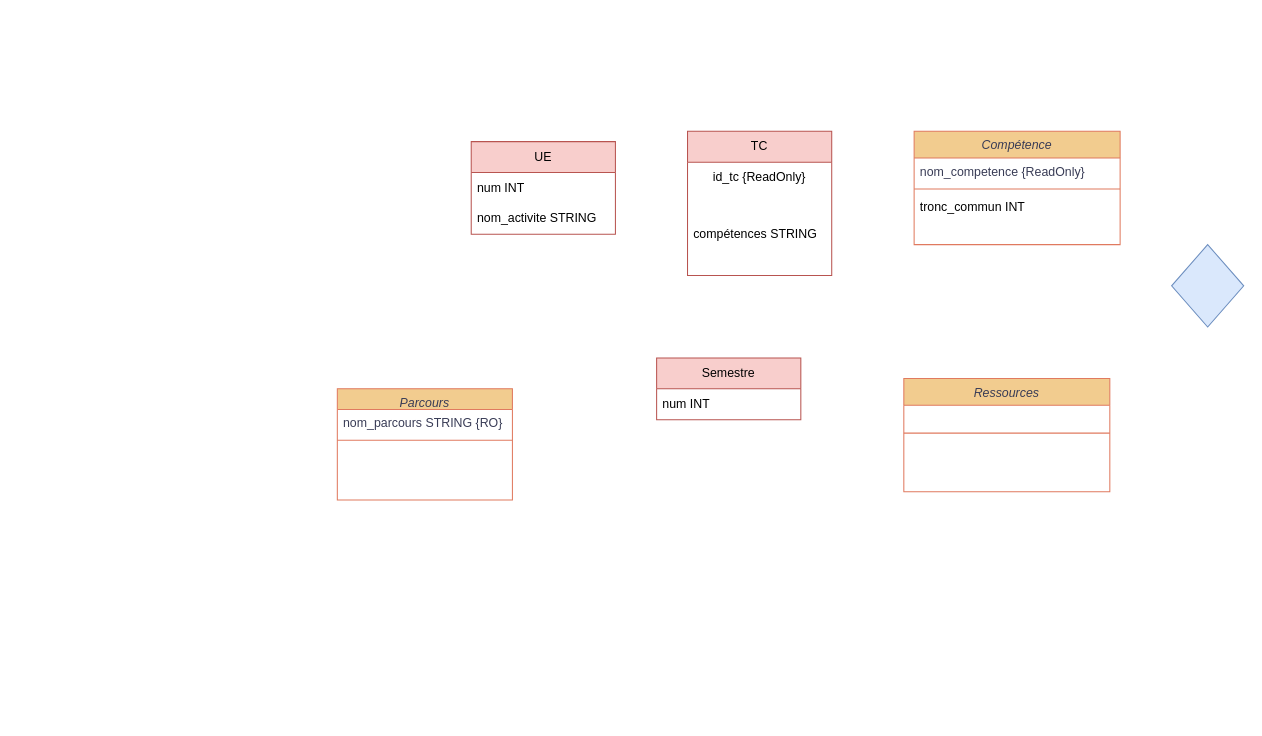
The draw.io diagram Untitled Diagram.drawio in LucasOtw/SAE-1.04-BDD, before the edit. Source tidied: cells renumbered, new cells numbered last; positions are measured from the earlier drawing's top-left corner, leaving out a move shared by most shapes. Both pictures are drawn from the tidied source at 103%, with x=0, y=0 at pixel (337, 131).
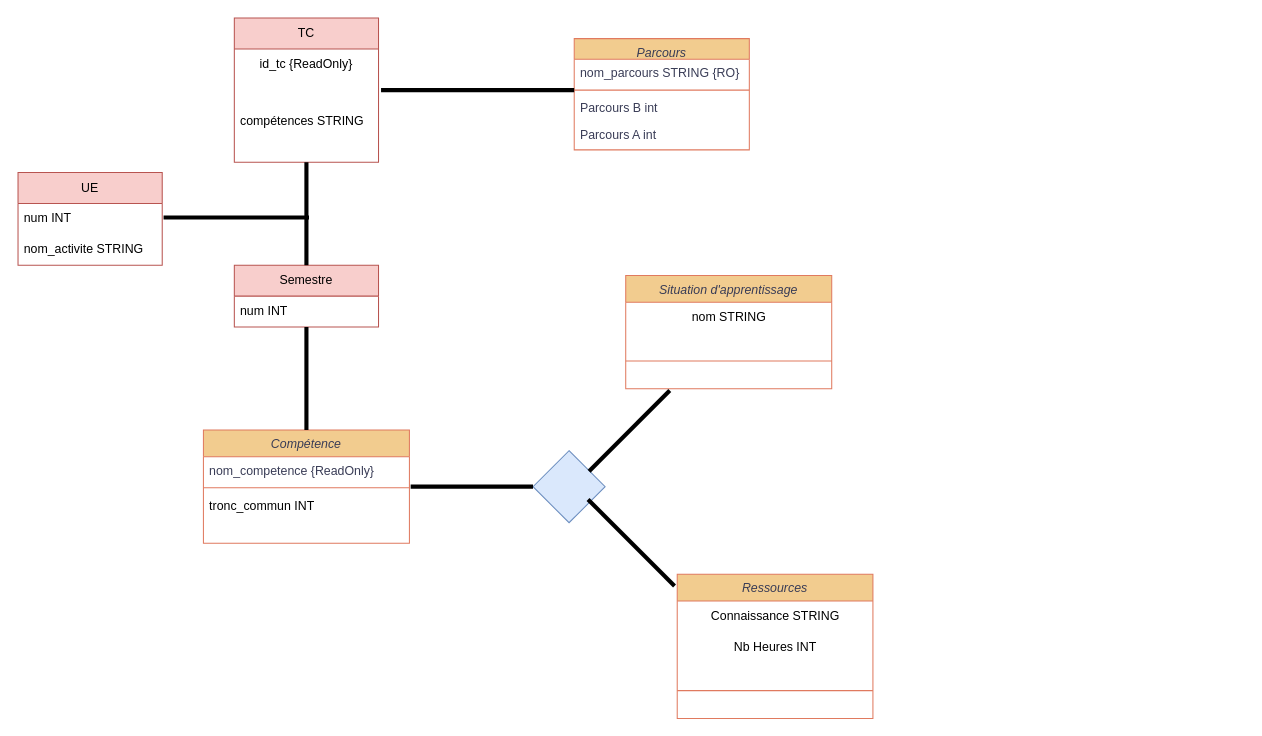
The same diagram, later.

Diff of the diagram source:
```diff
@@
     <mxCell id="2" value="Parcours" style="swimlane;fontStyle=2;align=center;verticalAlign=top;horizontal=1;startSize=20;rounded=0;shadow=0;strokeWidth=1;labelBackgroundColor=none;fillColor=#F2CC8F;strokeColor=#E07A5F;fontColor=#393C56;" parent="1" vertex="1">
-      <mxGeometry y="250" width="170" height="108" as="geometry" />
+      <mxGeometry x="230" y="-90" width="170" height="108" as="geometry" />
     </mxCell>
@@
+    <mxCell id="20" value="Parcours B int" style="text;align=left;verticalAlign=top;spacingLeft=4;spacingRight=4;overflow=hidden;labelBackgroundColor=none;fontColor=#393C56;" parent="2" vertex="1">
+      <mxGeometry y="54" width="170" height="26" as="geometry" />
+    </mxCell>
+    <mxCell id="21" value="Parcours A int" style="text;align=left;verticalAlign=top;spacingLeft=4;spacingRight=4;overflow=hidden;labelBackgroundColor=none;fontColor=#393C56;" parent="2" vertex="1">
+      <mxGeometry y="80" width="170" height="26" as="geometry" />
+    </mxCell>
     <mxCell id="5" value="Compétence" style="swimlane;fontStyle=2;align=center;verticalAlign=top;horizontal=1;startSize=26;rounded=0;shadow=0;strokeWidth=1;labelBackgroundColor=none;fillColor=#F2CC8F;strokeColor=#E07A5F;fontColor=#393C56;" parent="1" vertex="1">
-      <mxGeometry x="560" width="200" height="110" as="geometry" />
+      <mxGeometry x="-130" y="290" width="200" height="110" as="geometry" />
     </mxCell>
@@
     <mxCell id="9" value="UE" style="swimlane;fontStyle=0;horizontal=1;startSize=30;whiteSpace=wrap;html=1;fillColor=#f8cecc;strokeColor=#b85450;" parent="1" vertex="1">
-      <mxGeometry x="130" y="10" width="140" height="90" as="geometry" />
+      <mxGeometry x="-310" y="40" width="140" height="90" as="geometry" />
     </mxCell>
@@
     <mxCell id="12" value="TC" style="swimlane;fontStyle=0;horizontal=1;startSize=30;whiteSpace=wrap;html=1;fillColor=#f8cecc;strokeColor=#b85450;" parent="1" vertex="1">
-      <mxGeometry x="340" width="140" height="140" as="geometry" />
+      <mxGeometry x="-100" y="-110" width="140" height="140" as="geometry" />
     </mxCell>
@@
     <mxCell id="15" value="Semestre" style="swimlane;fontStyle=0;horizontal=1;startSize=30;whiteSpace=wrap;html=1;fillColor=#f8cecc;strokeColor=#b85450;" parent="1" vertex="1">
-      <mxGeometry x="310" y="220" width="140" height="60" as="geometry" />
+      <mxGeometry x="-100" y="130" width="140" height="60" as="geometry" />
     </mxCell>
@@
-    <mxCell id="17" style="rhombus;whiteSpace=wrap;html=1;fillColor=#dae8fc;strokeColor=#6c8ebf;" parent="1" vertex="1">
-      <mxGeometry x="810" y="110" width="70" height="80" as="geometry" />
-    </mxCell>
+    <mxCell id="22" style="line;strokeWidth=4;direction=south;html=1;perimeter=backbonePerimeter;" parent="1" vertex="1">
+      <mxGeometry x="-35" y="190" width="10" height="100" as="geometry" />
+    </mxCell>
+    <mxCell id="23" style="line;strokeWidth=4;direction=south;html=1;perimeter=backbonePerimeter;" parent="1" vertex="1">
+      <mxGeometry x="-35" y="30" width="10" height="100" as="geometry" />
+    </mxCell>
+    <mxCell id="24" style="line;strokeWidth=4;direction=south;html=1;perimeter=backbonePerimeter;rotation=-90;" parent="1" vertex="1">
+      <mxGeometry x="131.2" y="-133.8" width="10" height="187.5" as="geometry" />
+    </mxCell>
     <mxCell id="18" value="Ressources" style="swimlane;fontStyle=2;align=center;verticalAlign=top;horizontal=1;startSize=26;rounded=0;shadow=0;strokeWidth=1;labelBackgroundColor=none;fillColor=#F2CC8F;strokeColor=#E07A5F;fontColor=#393C56;" parent="1" vertex="1">
-      <mxGeometry x="550" y="240" width="200" height="110" as="geometry" />
+      <mxGeometry x="330" y="430" width="190" height="140" as="geometry" />
     </mxCell>
-    <mxCell id="19" style="line;html=1;strokeWidth=1;align=left;verticalAlign=middle;spacingTop=-1;spacingLeft=3;spacingRight=3;labelPosition=right;labelBackgroundColor=none;fillColor=#F2CC8F;strokeColor=#E07A5F;fontColor=#393C56;" parent="18" vertex="1">
-      <mxGeometry y="26" width="200" height="54" as="geometry" />
-    </mxCell>
+    <mxCell id="25" value="Connaissance STRING" style="text;html=1;align=center;verticalAlign=middle;strokeColor=none;fillColor=none;" parent="18" vertex="1">
+      <mxGeometry y="26" width="190" height="30" as="geometry" />
+    </mxCell>
+    <mxCell id="26" value="Nb Heures INT" style="text;html=1;align=center;verticalAlign=middle;strokeColor=none;fillColor=none;" parent="18" vertex="1">
+      <mxGeometry y="56" width="190" height="30" as="geometry" />
+    </mxCell>
+    <mxCell id="27" style="line;html=1;strokeWidth=1;align=left;verticalAlign=middle;spacingTop=-1;spacingLeft=3;spacingRight=3;labelPosition=right;labelBackgroundColor=none;fillColor=#F2CC8F;strokeColor=#E07A5F;fontColor=#393C56;" parent="18" vertex="1">
+      <mxGeometry y="86" width="190" height="54" as="geometry" />
+    </mxCell>
+    <mxCell id="28" style="line;strokeWidth=4;direction=south;html=1;perimeter=backbonePerimeter;rotation=-90;" parent="1" vertex="1">
+      <mxGeometry x="-103.1" y="13.1" width="10" height="141.2" as="geometry" />
+    </mxCell>
+    <mxCell id="29" value="Situation d'apprentissage" style="swimlane;fontStyle=2;align=center;verticalAlign=top;horizontal=1;startSize=26;rounded=0;shadow=0;strokeWidth=1;labelBackgroundColor=none;fillColor=#F2CC8F;strokeColor=#E07A5F;fontColor=#393C56;" parent="1" vertex="1">
+      <mxGeometry x="280" y="140" width="200" height="110" as="geometry" />
+    </mxCell>
+    <mxCell id="30" value="nom STRING" style="text;html=1;align=center;verticalAlign=middle;strokeColor=none;fillColor=none;" parent="29" vertex="1">
+      <mxGeometry y="26" width="200" height="30" as="geometry" />
+    </mxCell>
+    <mxCell id="31" style="line;html=1;strokeWidth=1;align=left;verticalAlign=middle;spacingTop=-1;spacingLeft=3;spacingRight=3;labelPosition=right;labelBackgroundColor=none;fillColor=#F2CC8F;strokeColor=#E07A5F;fontColor=#393C56;" parent="29" vertex="1">
+      <mxGeometry y="56" width="200" height="54" as="geometry" />
+    </mxCell>
+    <mxCell id="32" style="rhombus;whiteSpace=wrap;html=1;fillColor=#dae8fc;strokeColor=#6c8ebf;" parent="1" vertex="1">
+      <mxGeometry x="190" y="310" width="70" height="70" as="geometry" />
+    </mxCell>
+    <mxCell id="33" style="line;strokeWidth=4;direction=south;html=1;perimeter=backbonePerimeter;rotation=-90;" parent="1" vertex="1">
+      <mxGeometry x="125.6" y="285.6" width="10" height="118.8" as="geometry" />
+    </mxCell>
+    <mxCell id="34" style="line;strokeWidth=4;direction=south;html=1;perimeter=backbonePerimeter;rotation=-135;" parent="1" vertex="1">
+      <mxGeometry x="278.6" y="235.4" width="10" height="110.8" as="geometry" />
+    </mxCell>
+    <mxCell id="35" style="line;strokeWidth=4;direction=south;html=1;perimeter=backbonePerimeter;rotation=-45;" parent="1" vertex="1">
+      <mxGeometry x="280.4" y="340" width="10" height="118.8" as="geometry" />
+    </mxCell>
```
